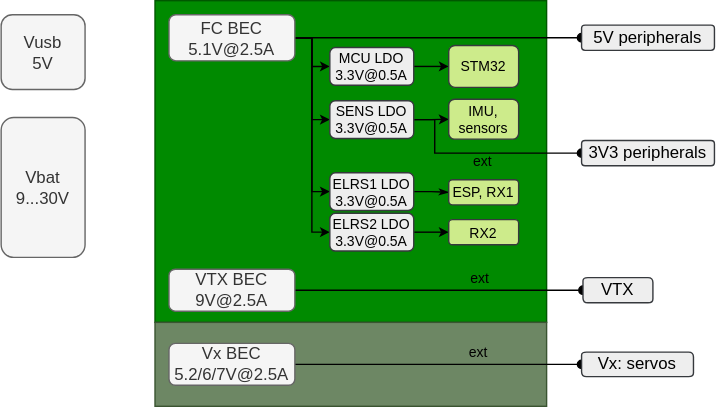
Before: documentation/images/doc_MoGliFC_power_concept.svg, a diagram exported from draw.io (MomoRC-tech/MoGliFC-Flight-Controller). Source tidied: cells renumbered, new cells last; positions are measured from the earlier drawing's top-left corner, leaving out a move shared by most shapes.
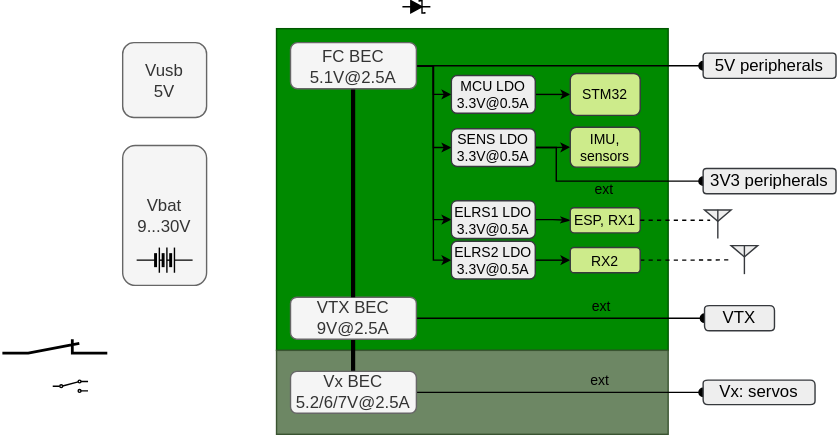
Later version of the same file.

The edit, as a diff of the source:
```diff
@@ -19,6 +19,9 @@
         <mxPoint x="10" y="-13" as="offset" />
       </mxGeometry>
     </mxCell>
+    <mxCell id="36" style="edgeStyle=elbowEdgeStyle;rounded=0;jettySize=auto;html=1;endArrow=none;endFill=0;strokeWidth=3;" parent="1" edge="1" source="7" target="16">
+      <mxGeometry relative="1" as="geometry" />
+    </mxCell>
     <mxCell id="7" value="VTX BEC 9V@2.5A" style="whiteSpace=wrap;html=1;rounded=1;fillColor=#f5f5f5;fontColor=#333333;strokeColor=#666666;" parent="1" vertex="1">
       <mxGeometry x="120" y="192" width="90" height="30" as="geometry" />
     </mxCell>
@@ -37,6 +40,9 @@
     <mxCell id="12" style="edgeStyle=elbowEdgeStyle;rounded=0;jettySize=auto;html=1;entryX=0;entryY=0.5;entryDx=0;entryDy=0;endSize=6;endArrow=oval;endFill=1;" parent="1" edge="1" source="13" target="34">
       <mxGeometry relative="1" as="geometry" />
     </mxCell>
+    <mxCell id="37" style="edgeStyle=elbowEdgeStyle;rounded=0;jettySize=auto;html=1;endArrow=none;endFill=0;strokeWidth=3;" parent="1" edge="1" source="13" target="7">
+      <mxGeometry relative="1" as="geometry" />
+    </mxCell>
     <mxCell id="13" value="FC BEC 5.1V@2.5A" style="whiteSpace=wrap;html=1;rounded=1;fillColor=#f5f5f5;fontColor=#333333;strokeColor=#666666;" parent="1" vertex="1">
       <mxGeometry x="120" y="10" width="90" height="33" as="geometry" />
     </mxCell>
@@ -105,6 +111,9 @@
     <mxCell id="32" value="ESP, RX1" style="whiteSpace=wrap;html=1;rounded=1;fillColor=#cdeb8b;strokeColor=#36393d;fontSize=10;" parent="1" vertex="1">
       <mxGeometry x="320" y="128" width="50" height="18" as="geometry" />
     </mxCell>
+    <mxCell id="38" style="edgeStyle=elbowEdgeStyle;rounded=0;jettySize=auto;html=1;dashed=1;endArrow=none;endFill=0;" parent="1" edge="1" source="33" target="44">
+      <mxGeometry relative="1" as="geometry" />
+    </mxCell>
     <mxCell id="33" value="RX2" style="whiteSpace=wrap;html=1;rounded=1;fillColor=#cdeb8b;strokeColor=#36393d;fontSize=10;" parent="1" vertex="1">
       <mxGeometry x="320" y="156.5" width="50" height="18" as="geometry" />
     </mxCell>
@@ -114,5 +123,26 @@
     <mxCell id="35" value="Vusb&lt;div&gt;5V&lt;/div&gt;" style="whiteSpace=wrap;html=1;rounded=1;fillColor=#f5f5f5;fontColor=#333333;strokeColor=#666666;" parent="1" vertex="1">
       <mxGeometry y="10" width="60" height="53.5" as="geometry" />
     </mxCell>
+    <mxCell id="39" style="verticalLabelPosition=bottom;shadow=0;dashed=0;align=center;html=1;verticalAlign=top;shape=mxgraph.electrical.radio.aerial_-_antenna_2;strokeWidth=1;fillColor=#eeeeee;strokeColor=#36393d;" parent="1" vertex="1">
+      <mxGeometry x="416" y="129.5" width="19" height="20.5" as="geometry" />
+    </mxCell>
+    <mxCell id="40" style="verticalLabelPosition=bottom;shadow=0;dashed=0;align=center;html=1;verticalAlign=top;shape=mxgraph.electrical.miscellaneous.batteryStack;" parent="1" vertex="1">
+      <mxGeometry x="10" y="156.5" width="40" height="18" as="geometry" />
+    </mxCell>
+    <mxCell id="41" style="fillColor=strokeColor;verticalLabelPosition=bottom;shadow=0;dashed=0;align=center;html=1;verticalAlign=top;shape=mxgraph.electrical.diodes.schottky_diode;" parent="1" vertex="1">
+      <mxGeometry x="200" y="-20" width="20" height="8.8" as="geometry" />
+    </mxCell>
+    <mxCell id="42" style="html=1;shape=mxgraph.electrical.electro-mechanical.twoWaySwitch;elSwitchState=2;" parent="1" vertex="1">
+      <mxGeometry x="-50" y="251.2" width="25.2" height="8.8" as="geometry" />
+    </mxCell>
+    <mxCell id="43" style="verticalLabelPosition=bottom;shadow=0;dashed=0;align=center;html=1;verticalAlign=top;shape=mxgraph.electrical.electro-mechanical.break_contact;strokeWidth=2;" parent="1" vertex="1">
+      <mxGeometry x="-86" y="222" width="75" height="10" as="geometry" />
+    </mxCell>
+    <mxCell id="44" style="verticalLabelPosition=bottom;shadow=0;dashed=0;align=center;html=1;verticalAlign=top;shape=mxgraph.electrical.radio.aerial_-_antenna_2;strokeWidth=1;fillColor=#eeeeee;strokeColor=#36393d;" parent="1" vertex="1">
+      <mxGeometry x="435" y="155" width="19" height="20.5" as="geometry" />
+    </mxCell>
+    <mxCell id="45" style="edgeStyle=elbowEdgeStyle;rounded=0;jettySize=auto;html=1;entryX=0.211;entryY=0.366;entryDx=0;entryDy=0;entryPerimeter=0;endArrow=none;endFill=0;dashed=1;" parent="1" edge="1" source="32" target="39">
+      <mxGeometry relative="1" as="geometry" />
+    </mxCell>
   </root>
 </mxGraphModel>
```
